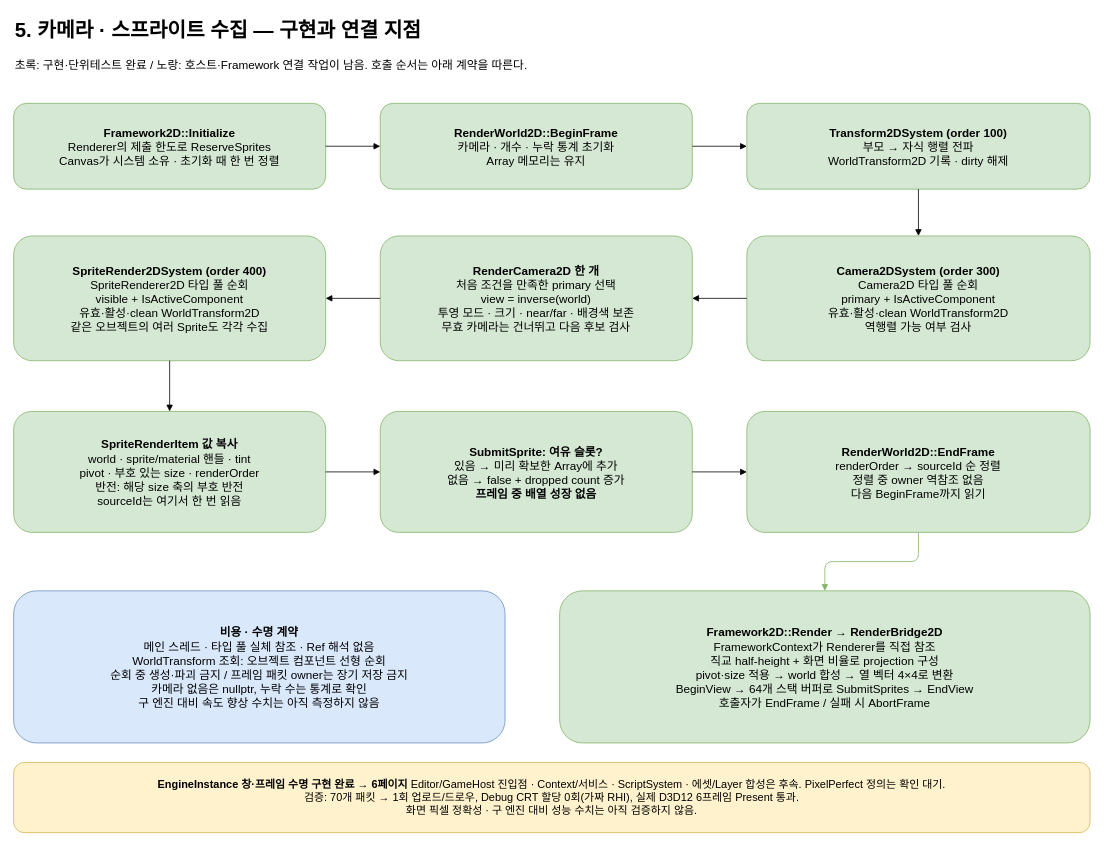
taku7664/JBroEngine keeps this draw.io diagram as page "5. 2D render extraction" (5 of 7) of docs/JBroEngine.drawio.xml. Above is the earlier version. Source tidied: cells renumbered, new cells numbered last; positions are measured from the earlier drawing's top-left corner, leaving out a move shared by most shapes. Both pictures are drawn from the tidied source at 78%, with x=0, y=0 at pixel (13, 13).
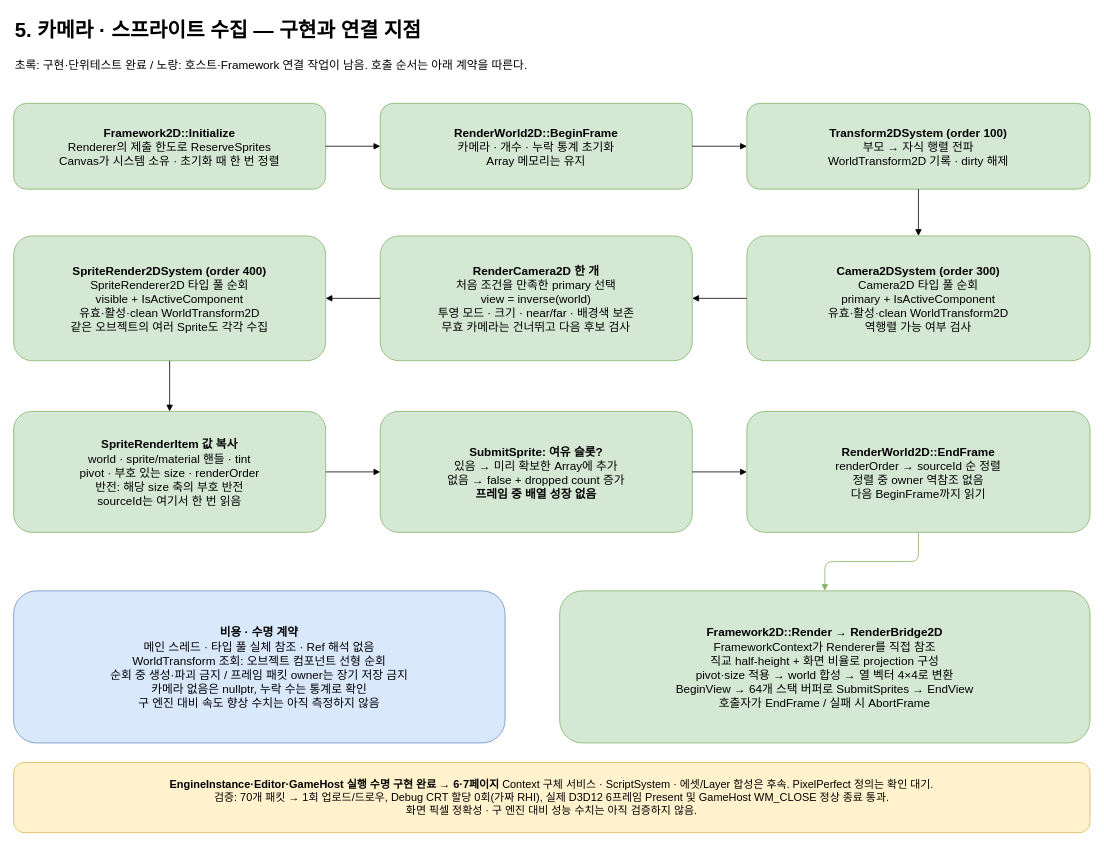
The same page after the edit.

The edit, as a diff of the source:
```diff
@@
-    <mxCell id="24" value="&lt;b&gt;EngineInstance 창·프레임 수명 구현 완료 → 6페이지&lt;/b&gt; Editor/GameHost 진입점 · Context/서비스 · ScriptSystem · 에셋/Layer 합성은 후속. PixelPerfect 정의는 확인 대기.&lt;br&gt;검증: 70개 패킷 → 1회 업로드/드로우, Debug CRT 할당 0회(가짜 RHI), 실제 D3D12 6프레임 Present 통과.&lt;br&gt;화면 픽셀 정확성 · 구 엔진 대비 성능 수치는 아직 검증하지 않음." style="rounded=1;whiteSpace=wrap;html=1;fillColor=#fff2cc;strokeColor=#d6b656;fontSize=14;" parent="1" vertex="1">
+    <mxCell id="24" value="&lt;b&gt;EngineInstance·Editor·GameHost 실행 수명 구현 완료 → 6·7페이지&lt;/b&gt; Context 구체 서비스 · ScriptSystem · 에셋/Layer 합성은 후속. PixelPerfect 정의는 확인 대기.&lt;br&gt;검증: 70개 패킷 → 1회 업로드/드로우, Debug CRT 할당 0회(가짜 RHI), 실제 D3D12 6프레임 Present 및 GameHost WM_CLOSE 정상 종료 통과.&lt;br&gt;화면 픽셀 정확성 · 구 엔진 대비 성능 수치는 아직 검증하지 않음." style="rounded=1;whiteSpace=wrap;html=1;fillColor=#fff2cc;strokeColor=#d6b656;fontSize=14;" parent="1" vertex="1">
       <mxGeometry y="960" width="1380" height="90" as="geometry" />
     </mxCell>
```
